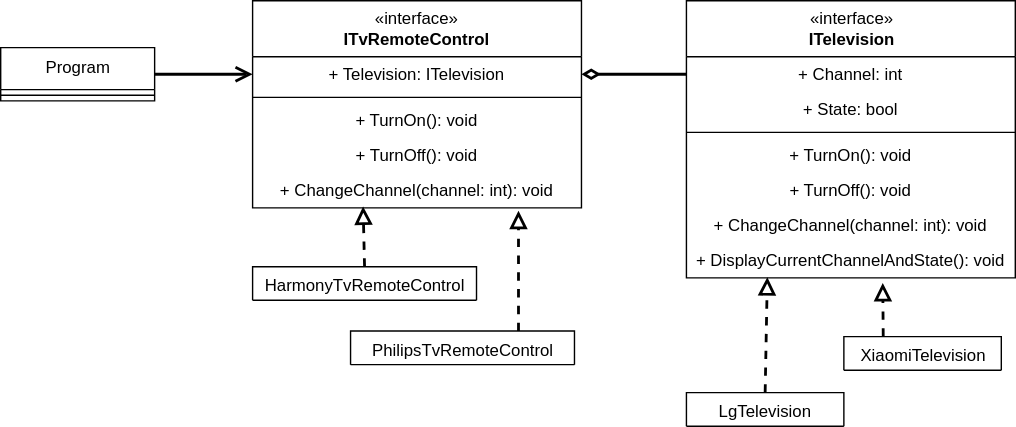
The draw.io diagram DesignPatterns_StudyLabs/Bridge/Uml/bridge.svg in krystianpetek/DesignPatterns, before a commit. Source tidied: cells renumbered, new cells last; positions are measured from the earlier drawing's top-left corner, leaving out a move shared by most shapes. Its diagram source:
```xml
<mxGraphModel>
  <root>
    <mxCell id="0" />
    <mxCell id="1" parent="0" />
    <mxCell id="2" value="&lt;span style=&quot;font-weight: 400;&quot;&gt;«interface»&lt;/span&gt;&lt;br style=&quot;font-weight: 400;&quot;&gt;ITvRemoteControl" style="swimlane;fontStyle=1;align=center;verticalAlign=middle;horizontal=1;startSize=40;html=1;" parent="1" vertex="1">
      <mxGeometry x="180" width="235" height="148" as="geometry" />
    </mxCell>
    <mxCell id="3" value="+ Television: ITelevision" style="text;html=1;strokeColor=none;fillColor=none;align=center;verticalAlign=middle;spacingLeft=4;spacingRight=4;overflow=hidden;points=[[0,0.5],[1,0.5]];portConstraint=eastwest;" parent="2" vertex="1">
      <mxGeometry y="40" width="235" height="25" as="geometry" />
    </mxCell>
    <mxCell id="4" style="line;strokeWidth=1;fillColor=none;align=left;verticalAlign=middle;spacingTop=-1;spacingLeft=3;spacingRight=3;labelPosition=right;" parent="2" vertex="1">
      <mxGeometry y="65" width="235" height="8" as="geometry" />
    </mxCell>
    <mxCell id="5" value="+ TurnOn(): void" style="text;html=1;strokeColor=none;fillColor=none;align=center;verticalAlign=middle;spacingLeft=4;spacingRight=4;overflow=hidden;" parent="2" vertex="1">
      <mxGeometry y="73" width="235" height="25" as="geometry" />
    </mxCell>
    <mxCell id="6" value="+ TurnOff(): void" style="text;html=1;strokeColor=none;fillColor=none;align=center;verticalAlign=middle;spacingLeft=4;spacingRight=4;overflow=hidden;" parent="2" vertex="1">
      <mxGeometry y="98" width="235" height="25" as="geometry" />
    </mxCell>
    <mxCell id="7" value="+ ChangeChannel(channel: int): void" style="text;html=1;strokeColor=none;fillColor=none;align=center;verticalAlign=middle;spacingLeft=4;spacingRight=4;overflow=hidden;points=[[0,0.5],[1,0.5]];portConstraint=eastwest;" parent="2" vertex="1">
      <mxGeometry y="123" width="235" height="25" as="geometry" />
    </mxCell>
    <mxCell id="8" value="Program" style="swimlane;fontStyle=0;align=center;verticalAlign=top;horizontal=1;startSize=30;html=1;" parent="1" vertex="1">
      <mxGeometry y="33.5" width="110" height="38" as="geometry" />
    </mxCell>
    <mxCell id="9" style="line;strokeWidth=1;fillColor=none;align=left;verticalAlign=middle;spacingTop=-1;spacingLeft=3;spacingRight=3;labelPosition=right;" parent="8" vertex="1">
      <mxGeometry y="30" width="110" height="8" as="geometry" />
    </mxCell>
    <mxCell id="10" style="endArrow=open;startArrow=none;endFill=0;startFill=0;endSize=8;html=1;verticalAlign=bottom;labelBackgroundColor=none;strokeWidth=2;sketch=0;exitX=1;exitY=0.5;exitDx=0;exitDy=0;entryX=0;entryY=0.5;entryDx=0;entryDy=0;" parent="1" edge="1" source="8" target="3">
      <mxGeometry relative="1" as="geometry" />
    </mxCell>
    <mxCell id="11" value="HarmonyTvRemoteControl" style="swimlane;fontStyle=0;align=center;verticalAlign=top;horizontal=1;startSize=30;html=1;" parent="1" vertex="1">
      <mxGeometry x="180" y="190" width="160" height="24" as="geometry" />
    </mxCell>
    <mxCell id="12" style="endArrow=block;startArrow=none;endFill=0;startFill=0;endSize=8;html=1;verticalAlign=bottom;dashed=1;labelBackgroundColor=none;sketch=0;exitX=0.5;exitY=0;exitDx=0;exitDy=0;strokeWidth=2;entryX=0.336;entryY=0.96;entryDx=0;entryDy=0;entryPerimeter=0;" parent="1" edge="1" source="11" target="7">
      <mxGeometry relative="1" as="geometry" />
    </mxCell>
    <mxCell id="13" value="&lt;span style=&quot;font-weight: 400;&quot;&gt;«interface»&lt;/span&gt;&lt;br style=&quot;font-weight: 400;&quot;&gt;ITelevision" style="swimlane;fontStyle=1;align=center;verticalAlign=middle;horizontal=1;startSize=40;html=1;" parent="1" vertex="1">
      <mxGeometry x="490" width="235" height="198" as="geometry" />
    </mxCell>
    <mxCell id="14" value="+ Channel: int" style="text;html=1;strokeColor=none;fillColor=none;align=center;verticalAlign=middle;spacingLeft=4;spacingRight=4;overflow=hidden;points=[[0,0.5],[1,0.5]];portConstraint=eastwest;" parent="13" vertex="1">
      <mxGeometry y="40" width="235" height="25" as="geometry" />
    </mxCell>
    <mxCell id="15" value="+ State: bool" style="text;html=1;strokeColor=none;fillColor=none;align=center;verticalAlign=middle;spacingLeft=4;spacingRight=4;overflow=hidden;" parent="13" vertex="1">
      <mxGeometry y="65" width="235" height="25" as="geometry" />
    </mxCell>
    <mxCell id="16" style="line;strokeWidth=1;fillColor=none;align=left;verticalAlign=middle;spacingTop=-1;spacingLeft=3;spacingRight=3;labelPosition=right;" parent="13" vertex="1">
      <mxGeometry y="90" width="235" height="8" as="geometry" />
    </mxCell>
    <mxCell id="17" value="+ TurnOn(): void" style="text;html=1;strokeColor=none;fillColor=none;align=center;verticalAlign=middle;spacingLeft=4;spacingRight=4;overflow=hidden;" parent="13" vertex="1">
      <mxGeometry y="98" width="235" height="25" as="geometry" />
    </mxCell>
    <mxCell id="18" value="+ TurnOff(): void" style="text;html=1;strokeColor=none;fillColor=none;align=center;verticalAlign=middle;spacingLeft=4;spacingRight=4;overflow=hidden;" parent="13" vertex="1">
      <mxGeometry y="123" width="235" height="25" as="geometry" />
    </mxCell>
    <mxCell id="19" value="+ ChangeChannel(channel: int): void" style="text;html=1;strokeColor=none;fillColor=none;align=center;verticalAlign=middle;spacingLeft=4;spacingRight=4;overflow=hidden;" parent="13" vertex="1">
      <mxGeometry y="148" width="235" height="25" as="geometry" />
    </mxCell>
    <mxCell id="20" value="+ DisplayCurrentChannelAndState(): void" style="text;html=1;strokeColor=none;fillColor=none;align=center;verticalAlign=middle;spacingLeft=4;spacingRight=4;overflow=hidden;points=[[0,0.5],[1,0.5]];portConstraint=eastwest;" parent="13" vertex="1">
      <mxGeometry y="173" width="235" height="25" as="geometry" />
    </mxCell>
    <mxCell id="21" style="endArrow=none;startArrow=diamondThin;endFill=0;startFill=0;html=1;verticalAlign=bottom;labelBackgroundColor=none;strokeWidth=2;startSize=8;endSize=8;exitX=1;exitY=0.5;exitDx=0;exitDy=0;entryX=0;entryY=0.5;entryDx=0;entryDy=0;" parent="1" edge="1" source="3" target="14">
      <mxGeometry relative="1" as="geometry" />
    </mxCell>
    <mxCell id="22" value="LgTelevision" style="swimlane;fontStyle=0;align=center;verticalAlign=top;horizontal=1;startSize=24;html=1;" parent="1" vertex="1">
      <mxGeometry x="490" y="280" width="112.5" height="24" as="geometry" />
    </mxCell>
    <mxCell id="23" style="endArrow=block;startArrow=none;endFill=0;startFill=0;endSize=8;html=1;verticalAlign=bottom;dashed=1;labelBackgroundColor=none;strokeWidth=2;entryX=0.246;entryY=0.98;entryDx=0;entryDy=0;entryPerimeter=0;exitX=0.5;exitY=0;exitDx=0;exitDy=0;" parent="1" edge="1" source="22" target="20">
      <mxGeometry relative="1" as="geometry" />
    </mxCell>
    <mxCell id="24" value="XiaomiTelevision" style="swimlane;fontStyle=0;align=center;verticalAlign=top;horizontal=1;startSize=24;html=1;" parent="1" vertex="1">
      <mxGeometry x="602.5" y="240" width="112.5" height="24" as="geometry" />
    </mxCell>
    <mxCell id="25" style="endArrow=block;startArrow=none;endFill=0;startFill=0;endSize=8;html=1;verticalAlign=bottom;dashed=1;labelBackgroundColor=none;strokeWidth=2;exitX=0.25;exitY=0;exitDx=0;exitDy=0;entryX=0.597;entryY=1.147;entryDx=0;entryDy=0;entryPerimeter=0;" parent="1" edge="1" source="24" target="20">
      <mxGeometry relative="1" as="geometry" />
    </mxCell>
    <mxCell id="26" value="PhilipsTvRemoteControl" style="swimlane;fontStyle=0;align=center;verticalAlign=top;horizontal=1;startSize=30;html=1;" parent="1" vertex="1">
      <mxGeometry x="250" y="236" width="160" height="24" as="geometry" />
    </mxCell>
    <mxCell id="27" style="endArrow=block;startArrow=none;endFill=0;startFill=0;endSize=8;html=1;verticalAlign=bottom;dashed=1;labelBackgroundColor=none;sketch=0;exitX=0.75;exitY=0;exitDx=0;exitDy=0;strokeWidth=2;" parent="1" edge="1" source="26">
      <mxGeometry relative="1" as="geometry">
        <mxPoint x="370" y="150" as="targetPoint" />
      </mxGeometry>
    </mxCell>
  </root>
</mxGraphModel>
```
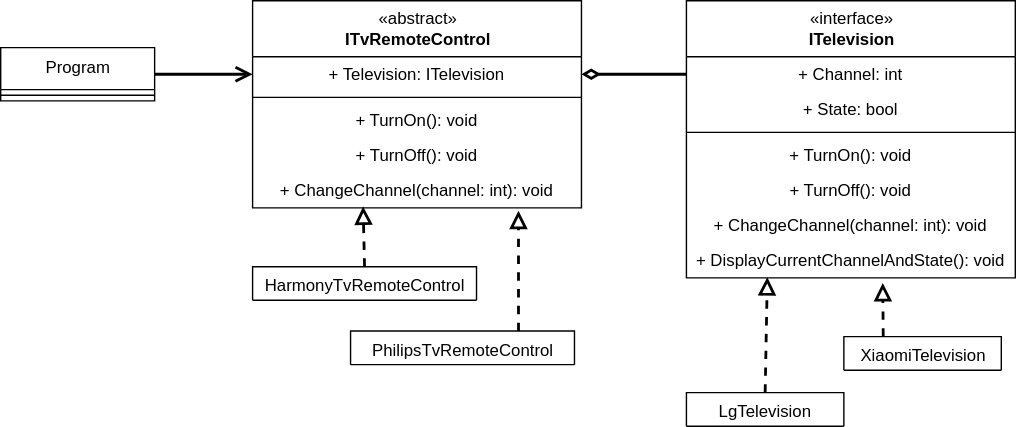
The same file after the commit.

Commit message:
Fixed Bridge pattern, reimplemented 'abstraction' as abstract class rather than interface

The edit, as a diff of the source:
```diff
@@ -2,7 +2,7 @@
   <root>
     <mxCell id="0" />
     <mxCell id="1" parent="0" />
-    <mxCell id="2" value="&lt;span style=&quot;font-weight: 400;&quot;&gt;«interface»&lt;/span&gt;&lt;br style=&quot;font-weight: 400;&quot;&gt;ITvRemoteControl" style="swimlane;fontStyle=1;align=center;verticalAlign=middle;horizontal=1;startSize=40;html=1;" parent="1" vertex="1">
+    <mxCell id="2" value="&lt;span style=&quot;font-weight: 400;&quot;&gt;«abstract»&lt;/span&gt;&lt;br style=&quot;font-weight: 400;&quot;&gt;ITvRemoteControl" style="swimlane;fontStyle=1;align=center;verticalAlign=middle;horizontal=1;startSize=40;html=1;" parent="1" vertex="1">
       <mxGeometry x="180" width="235" height="148" as="geometry" />
     </mxCell>
     <mxCell id="3" value="+ Television: ITelevision" style="text;html=1;strokeColor=none;fillColor=none;align=center;verticalAlign=middle;spacingLeft=4;spacingRight=4;overflow=hidden;points=[[0,0.5],[1,0.5]];portConstraint=eastwest;" parent="2" vertex="1">
```
